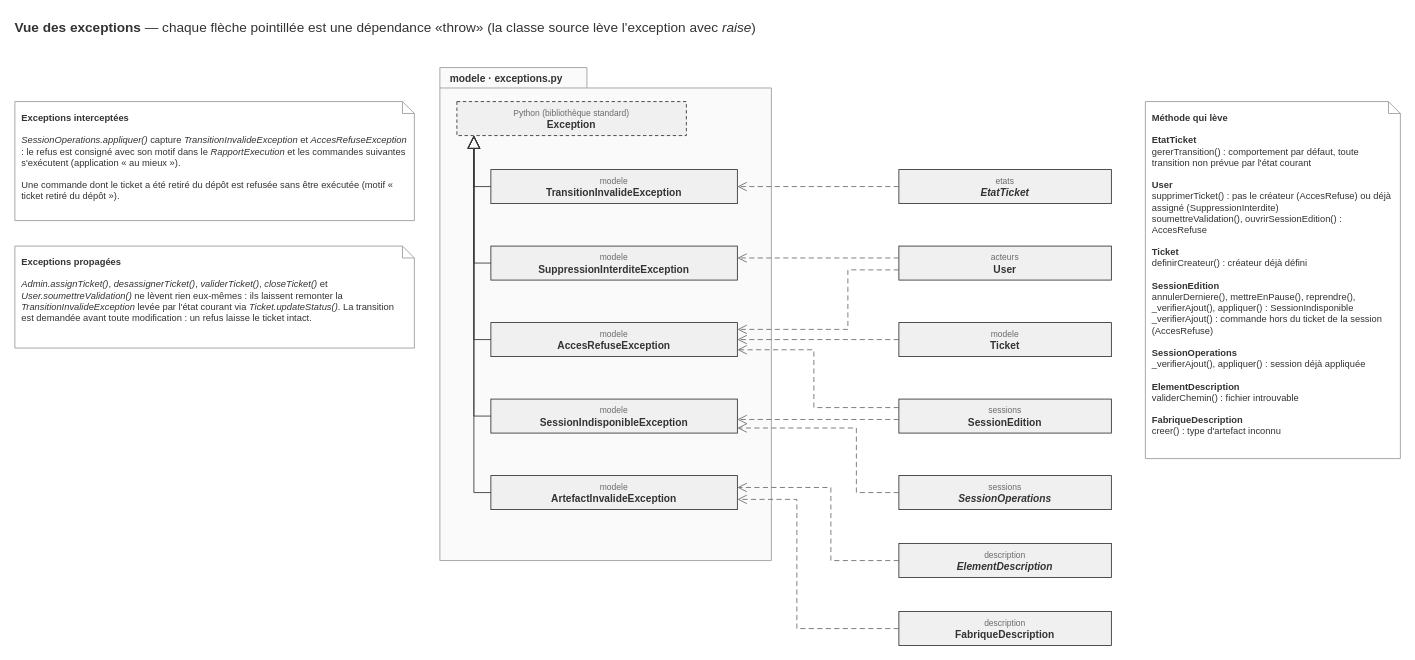
Earlier version of the draw.io diagram page "3 · Exceptions («throw»)" (3 of 4) of documents/Lab2_6GEI311_diagramme_classes_partie2.drawio (abdoulrazackZONGO/Laboratoire4_6GEI311). Source tidied: cells renumbered, new cells numbered last; positions are measured from the earlier drawing's top-left corner, leaving out a move shared by most shapes. Both pictures are drawn from the tidied source at 85%, with x=0, y=0 at pixel (14, 14).
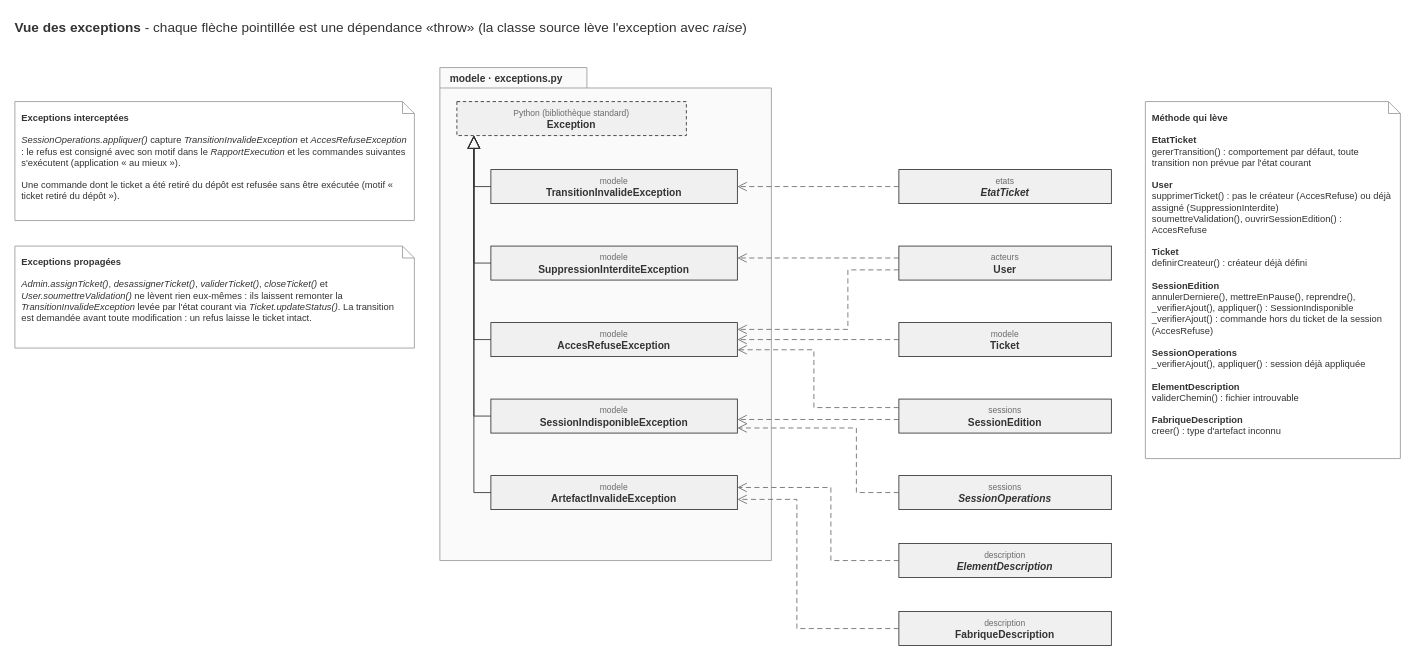
After the change.

What changed in the source:
```diff
@@
-    <mxCell id="2" value="&lt;b&gt;Vue des exceptions&lt;/b&gt; — chaque flèche pointillée est une dépendance «throw» (la classe source lève l'exception avec &lt;i&gt;raise&lt;/i&gt;)" style="text;html=1;align=left;verticalAlign=middle;whiteSpace=wrap;fontFamily=Helvetica;fontSize=16;fontColor=#333333;fontStyle=0;strokeColor=none;fillColor=none;spacing=0;" parent="1" vertex="1">
+    <mxCell id="2" value="&lt;b&gt;Vue des exceptions&lt;/b&gt; - chaque flèche pointillée est une dépendance «throw» (la classe source lève l'exception avec &lt;i&gt;raise&lt;/i&gt;)" style="text;html=1;align=left;verticalAlign=middle;whiteSpace=wrap;fontFamily=Helvetica;fontSize=16;fontColor=#333333;fontStyle=0;strokeColor=none;fillColor=none;spacing=0;" parent="1" vertex="1">
       <mxGeometry width="1600" height="30" as="geometry" />
     </mxCell>
```
